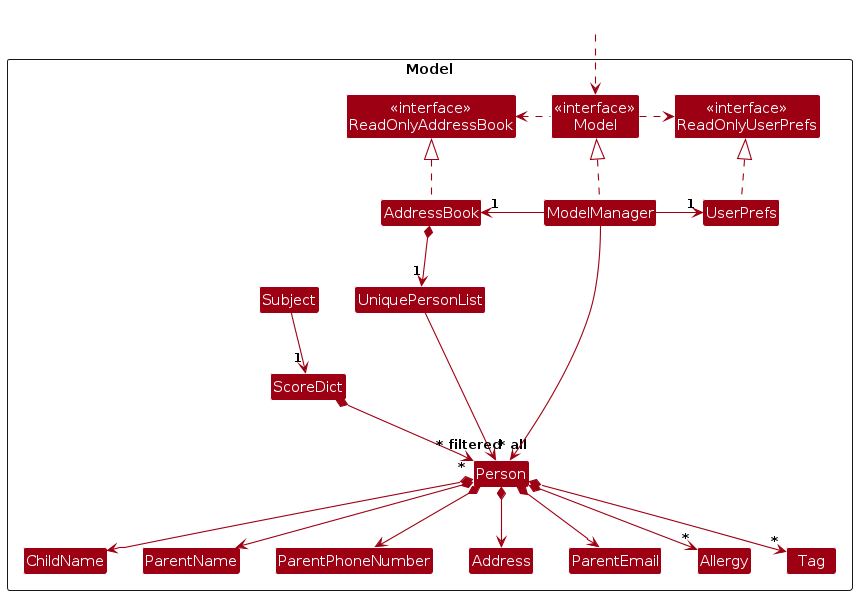
AY2526S1-CS2103T-F08a-4/tp keeps this PlantUML diagram as diagrams/ModelClassDiagram.png. Above is the earlier version. Its source is kept beside it as diagrams/ModelClassDiagram.puml.
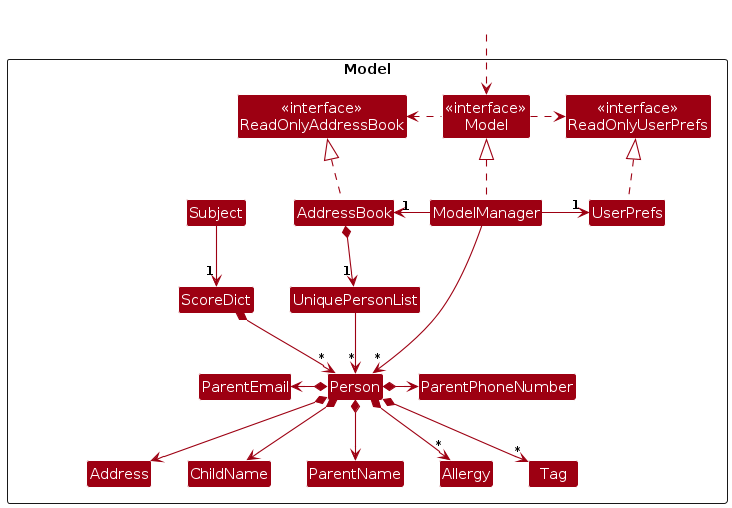
Later version of the same file.

What changed in the source:
```diff
@@ -1,6 +1,7 @@
 @startuml
 !include style.puml
 skinparam arrowThickness 1.1
+skinparam ArrowFontSize 12
 skinparam arrowColor MODEL_COLOR
 skinparam classBackgroundColor MODEL_COLOR
 
@@ -24,6 +25,9 @@
 Class ScoreDict
 Class Subject
 
+class _LeftSpacer #white
+
+
 Class I #FFFFFF
 }
 
@@ -40,24 +44,18 @@
 UserPrefs .up.|> ReadOnlyUserPrefs
 
 AddressBook *--> "1" UniquePersonList
-UniquePersonList --> "~* all" Person
+
 Person *--> ChildName
 Person *--> ParentName
-Person *--> ParentPhoneNumber
-Person *--> ParentEmail
-Person *--> Address
+Person *-right-> ParentPhoneNumber
+Person *-left-> ParentEmail
 Person *--> "*" Tag
 Person *--> "*" Allergy
+Person *--> Address
 ScoreDict *--> "*" Person
 Subject --> "1" ScoreDict
 
-Person -[hidden]up--> I
-UniquePersonList -[hidden]right-> I
+ModelManager --> "~*" Person
+UniquePersonList --> "~*" Person
 
-ChildName -[hidden]right-> ParentName
-ParentName -[hidden]right-> ParentPhoneNumber
-ParentPhoneNumber -[hidden]right-> Address
-Address -[hidden]right-> ParentEmail
-
-ModelManager --> "~* filtered" Person
 @enduml
```
